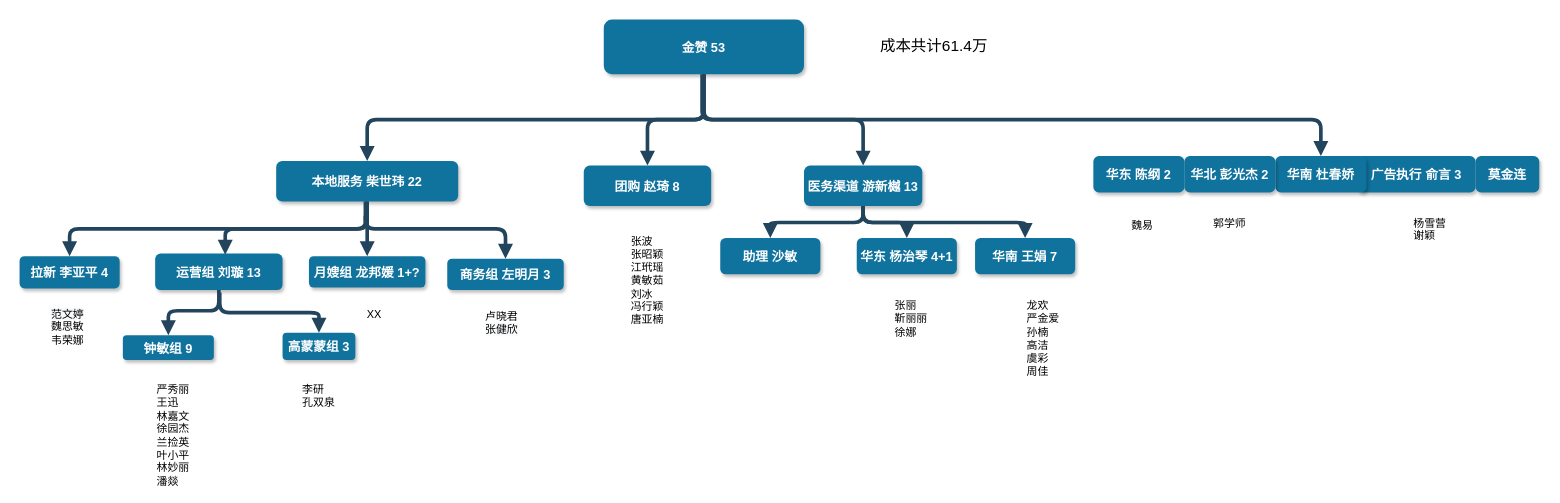
Above: page "辣妈帮" (1 of 2) of reorg-2021Feb.drawio in wholehope/diagram (draw.io), before the change. Source tidied: cells renumbered, new cells numbered last; positions are measured from the earlier drawing's top-left corner, leaving out a move shared by most shapes. Both pictures are drawn from the tidied source at 91%, with x=0, y=0 at pixel (19, 19).
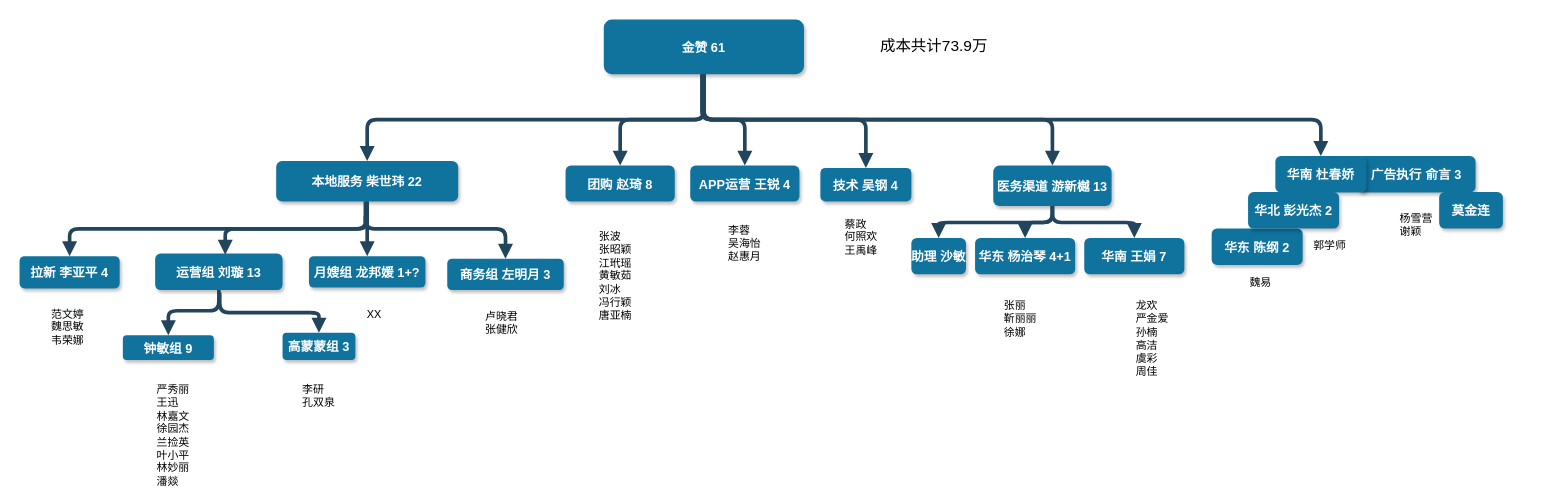
After the change.

What changed in the source:
```diff
@@
-    <mxCell id="2" value="金赞 53" style="rounded=1;fillColor=#10739E;strokeColor=none;shadow=1;gradientColor=none;fontStyle=1;fontColor=#FFFFFF;fontSize=14;" parent="1" vertex="1">
+    <mxCell id="2" value="金赞 61" style="rounded=1;fillColor=#10739E;strokeColor=none;shadow=1;gradientColor=none;fontStyle=1;fontColor=#FFFFFF;fontSize=14;" parent="1" vertex="1">
       <mxGeometry x="642" width="220" height="60" as="geometry" />
     </mxCell>
@@
     <mxCell id="4" value="团购 赵琦 8" style="rounded=1;fillColor=#10739E;strokeColor=none;shadow=1;gradientColor=none;fontStyle=1;fontColor=#FFFFFF;fontSize=14;" parent="1" vertex="1">
-      <mxGeometry x="620" y="160.5" width="140" height="44.5" as="geometry" />
+      <mxGeometry x="600" y="160.5" width="120" height="39.5" as="geometry" />
     </mxCell>
@@
     <mxCell id="15" value="医务渠道 游新樾 13" style="rounded=1;fillColor=#10739E;strokeColor=none;shadow=1;gradientColor=none;fontStyle=1;fontColor=#FFFFFF;fontSize=14;" parent="1" vertex="1">
-      <mxGeometry x="862" y="160.5" width="130" height="44.5" as="geometry" />
+      <mxGeometry x="1070" y="160.5" width="130" height="44.5" as="geometry" />
     </mxCell>
     <mxCell id="16" value="华东 杨治琴 4+1" style="rounded=1;fillColor=#10739E;strokeColor=none;shadow=1;gradientColor=none;fontStyle=1;fontColor=#FFFFFF;fontSize=14;" parent="1" vertex="1">
-      <mxGeometry x="920" y="240" width="110" height="40" as="geometry" />
+      <mxGeometry x="1050" y="240" width="110" height="40" as="geometry" />
     </mxCell>
     <mxCell id="17" value="华南 王娟 7" style="rounded=1;fillColor=#10739E;strokeColor=none;shadow=1;gradientColor=none;fontStyle=1;fontColor=#FFFFFF;fontSize=14;" parent="1" vertex="1">
-      <mxGeometry x="1050" y="240" width="110" height="40" as="geometry" />
+      <mxGeometry x="1170" y="240" width="110" height="40" as="geometry" />
     </mxCell>
     <mxCell id="18" value="助理 沙敏" style="rounded=1;fillColor=#10739E;strokeColor=none;shadow=1;gradientColor=none;fontStyle=1;fontColor=#FFFFFF;fontSize=14;" parent="1" vertex="1">
-      <mxGeometry x="770" y="240" width="110" height="40" as="geometry" />
+      <mxGeometry x="980" y="240" width="60" height="40" as="geometry" />
     </mxCell>
@@
     <mxCell id="27" value="杨雪营&lt;br&gt;谢颖&lt;br&gt;" style="text;whiteSpace=wrap;html=1;" parent="1" vertex="1">
-      <mxGeometry x="1530" y="210" width="40" height="40" as="geometry" />
+      <mxGeometry x="1515" y="205" width="40" height="40" as="geometry" />
     </mxCell>
     <mxCell id="28" value="张丽&lt;br&gt;靳丽丽&lt;br&gt;徐娜" style="text;whiteSpace=wrap;html=1;" parent="1" vertex="1">
-      <mxGeometry x="960" y="301" width="50" height="38.6" as="geometry" />
+      <mxGeometry x="1080" y="301" width="50" height="38.6" as="geometry" />
     </mxCell>
     <mxCell id="29" value="张波&lt;br&gt;张昭颖&lt;br&gt;江玳瑶&lt;br&gt;黄敏茹&lt;br&gt;刘冰&lt;br&gt;冯行颖&lt;br&gt;唐亚楠" style="text;whiteSpace=wrap;html=1;" parent="1" vertex="1">
-      <mxGeometry x="670" y="229.6" width="50" height="110.4" as="geometry" />
+      <mxGeometry x="635" y="224.8" width="50" height="110.4" as="geometry" />
     </mxCell>
@@
     <mxCell id="32" style="edgeStyle=elbowEdgeStyle;elbow=vertical;strokeWidth=4;endArrow=block;endFill=1;fontStyle=1;strokeColor=#23445D;entryX=0.5;entryY=0;entryDx=0;entryDy=0;exitX=0.5;exitY=1;exitDx=0;exitDy=0;" parent="1" edge="1" source="15" target="18">
-      <mxGeometry x="508" y="165.5" as="geometry" />
+      <mxGeometry x="628" y="165.5" as="geometry" />
     </mxCell>
     <mxCell id="33" style="edgeStyle=elbowEdgeStyle;elbow=vertical;strokeWidth=4;endArrow=block;endFill=1;fontStyle=1;strokeColor=#23445D;entryX=0.5;entryY=0;entryDx=0;entryDy=0;exitX=0.5;exitY=1;exitDx=0;exitDy=0;" parent="1" edge="1" source="15" target="16">
-      <mxGeometry x="518" y="175.5" as="geometry" />
+      <mxGeometry x="638" y="175.5" as="geometry" />
     </mxCell>
     <mxCell id="34" style="edgeStyle=elbowEdgeStyle;elbow=vertical;strokeWidth=4;endArrow=block;endFill=1;fontStyle=1;strokeColor=#23445D;entryX=0.5;entryY=0;entryDx=0;entryDy=0;exitX=0.5;exitY=1;exitDx=0;exitDy=0;" parent="1" edge="1" source="15" target="17">
-      <mxGeometry x="518" y="175.5" as="geometry" />
+      <mxGeometry x="638" y="175.5" as="geometry" />
     </mxCell>
     <mxCell id="35" value="龙欢&lt;br&gt;严金爱&lt;br&gt;孙楠&lt;br&gt;高洁&lt;br&gt;虞彩&lt;br&gt;周佳" style="text;whiteSpace=wrap;html=1;" parent="1" vertex="1">
-      <mxGeometry x="1105" y="301" width="40" height="101.4" as="geometry" />
+      <mxGeometry x="1225" y="301" width="40" height="101.4" as="geometry" />
     </mxCell>
@@
     <mxCell id="39" value="华东 陈纲 2" style="rounded=1;fillColor=#10739E;strokeColor=none;shadow=1;gradientColor=none;fontStyle=1;fontColor=#FFFFFF;fontSize=14;" parent="1" vertex="1">
-      <mxGeometry x="1180" y="150" width="100" height="40" as="geometry" />
+      <mxGeometry x="1310" y="229.6" width="100" height="40" as="geometry" />
     </mxCell>
     <mxCell id="40" value="华北 彭光杰 2" style="rounded=1;fillColor=#10739E;strokeColor=none;shadow=1;gradientColor=none;fontStyle=1;fontColor=#FFFFFF;fontSize=14;" parent="1" vertex="1">
-      <mxGeometry x="1280" y="150" width="100" height="40" as="geometry" />
+      <mxGeometry x="1350" y="189.6" width="100" height="40" as="geometry" />
     </mxCell>
     <mxCell id="41" value="郭学师" style="text;whiteSpace=wrap;html=1;" parent="1" vertex="1">
-      <mxGeometry x="1310" y="210" width="40" height="35" as="geometry" />
+      <mxGeometry x="1420" y="234.6" width="40" height="35" as="geometry" />
     </mxCell>
     <mxCell id="42" value="魏易" style="text;whiteSpace=wrap;html=1;" parent="1" vertex="1">
-      <mxGeometry x="1220" y="212.5" width="40" height="35" as="geometry" />
+      <mxGeometry x="1350" y="275" width="40" height="35" as="geometry" />
     </mxCell>
     <mxCell id="43" value="莫金连" style="rounded=1;fillColor=#10739E;strokeColor=none;shadow=1;gradientColor=none;fontStyle=1;fontColor=#FFFFFF;fontSize=14;" parent="1" vertex="1">
-      <mxGeometry x="1600" y="150" width="70" height="40" as="geometry" />
+      <mxGeometry x="1560" y="189.6" width="70" height="40" as="geometry" />
     </mxCell>
-    <mxCell id="44" value="成本共计61.4万" style="text;html=1;strokeColor=none;fillColor=none;align=center;verticalAlign=middle;whiteSpace=wrap;rounded=0;strokeWidth=6;fontSize=17;" parent="1" vertex="1">
+    <mxCell id="44" value="成本共计73.9万" style="text;html=1;strokeColor=none;fillColor=none;align=center;verticalAlign=middle;whiteSpace=wrap;rounded=0;strokeWidth=6;fontSize=17;" parent="1" vertex="1">
       <mxGeometry x="910" y="20" width="190" height="20" as="geometry" />
     </mxCell>
+    <mxCell id="45" value="APP运营 王锐 4" style="rounded=1;fillColor=#10739E;strokeColor=none;shadow=1;gradientColor=none;fontStyle=1;fontColor=#FFFFFF;fontSize=14;" parent="1" vertex="1">
+      <mxGeometry x="737" y="160.5" width="120" height="39.5" as="geometry" />
+    </mxCell>
+    <mxCell id="46" style="edgeStyle=elbowEdgeStyle;elbow=vertical;strokeWidth=4;endArrow=block;endFill=1;fontStyle=1;strokeColor=#23445D;entryX=0.5;entryY=0;entryDx=0;entryDy=0;" parent="1" edge="1" target="45">
+      <mxGeometry x="32" y="175.5" as="geometry">
+        <mxPoint x="750" y="60" as="sourcePoint" />
+      </mxGeometry>
+    </mxCell>
+    <mxCell id="47" value="李蓉&lt;br&gt;吴海怡&lt;br&gt;赵惠月" style="text;whiteSpace=wrap;html=1;" parent="1" vertex="1">
+      <mxGeometry x="777" y="218.2" width="40" height="51.4" as="geometry" />
+    </mxCell>
+    <mxCell id="48" value="技术 吴钢 4" style="rounded=1;fillColor=#10739E;strokeColor=none;shadow=1;gradientColor=none;fontStyle=1;fontColor=#FFFFFF;fontSize=14;" parent="1" vertex="1">
+      <mxGeometry x="880" y="163" width="100" height="37" as="geometry" />
+    </mxCell>
+    <mxCell id="49" value="蔡政&lt;br&gt;何照欢&lt;br&gt;王禹峰" style="text;whiteSpace=wrap;html=1;" parent="1" vertex="1">
+      <mxGeometry x="905" y="211" width="50" height="58.6" as="geometry" />
+    </mxCell>
+    <mxCell id="50" style="edgeStyle=elbowEdgeStyle;elbow=vertical;strokeWidth=4;endArrow=block;endFill=1;fontStyle=1;strokeColor=#23445D;entryX=0.5;entryY=0;entryDx=0;entryDy=0;exitX=0.5;exitY=1;exitDx=0;exitDy=0;" parent="1" edge="1" source="2">
+      <mxGeometry x="530" y="125.5" as="geometry">
+        <mxPoint x="930" y="163" as="targetPoint" />
+        <Array as="points">
+          <mxPoint x="1570" y="110" />
+        </Array>
+      </mxGeometry>
+    </mxCell>
```
